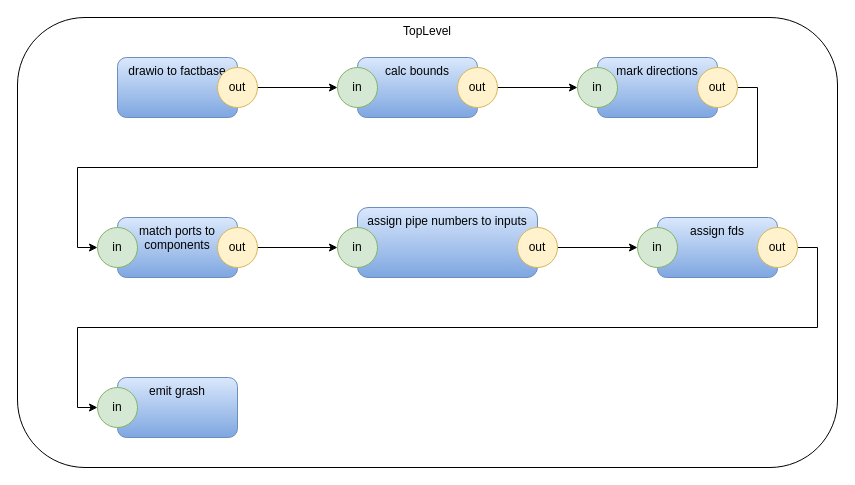
This is vsh.drawio from guitarvydas/vsh, a draw.io file, before an edit. Source tidied: cells renumbered, new cells numbered last; positions are measured from the earlier drawing's top-left corner, leaving out a move shared by most shapes. Both pictures are drawn from the tidied source at 100%, with x=0, y=0 at pixel (17, 17).
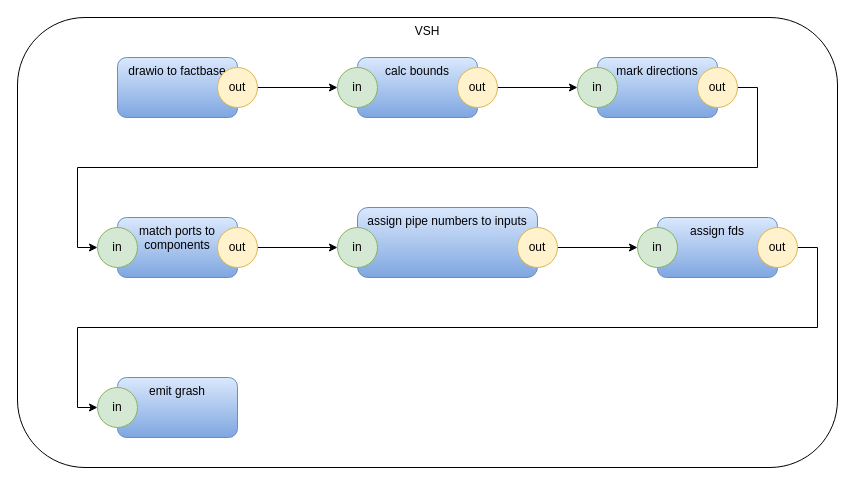
After the change.

Diff of the diagram source:
```diff
@@
-    <mxCell id="2" value="TopLevel" style="rounded=1;whiteSpace=wrap;html=1;verticalAlign=top;" parent="1" vertex="1">
+    <mxCell id="2" value="VSH" style="rounded=1;whiteSpace=wrap;html=1;verticalAlign=top;" parent="1" vertex="1">
       <mxGeometry width="820" height="450" as="geometry" />
     </mxCell>
```
